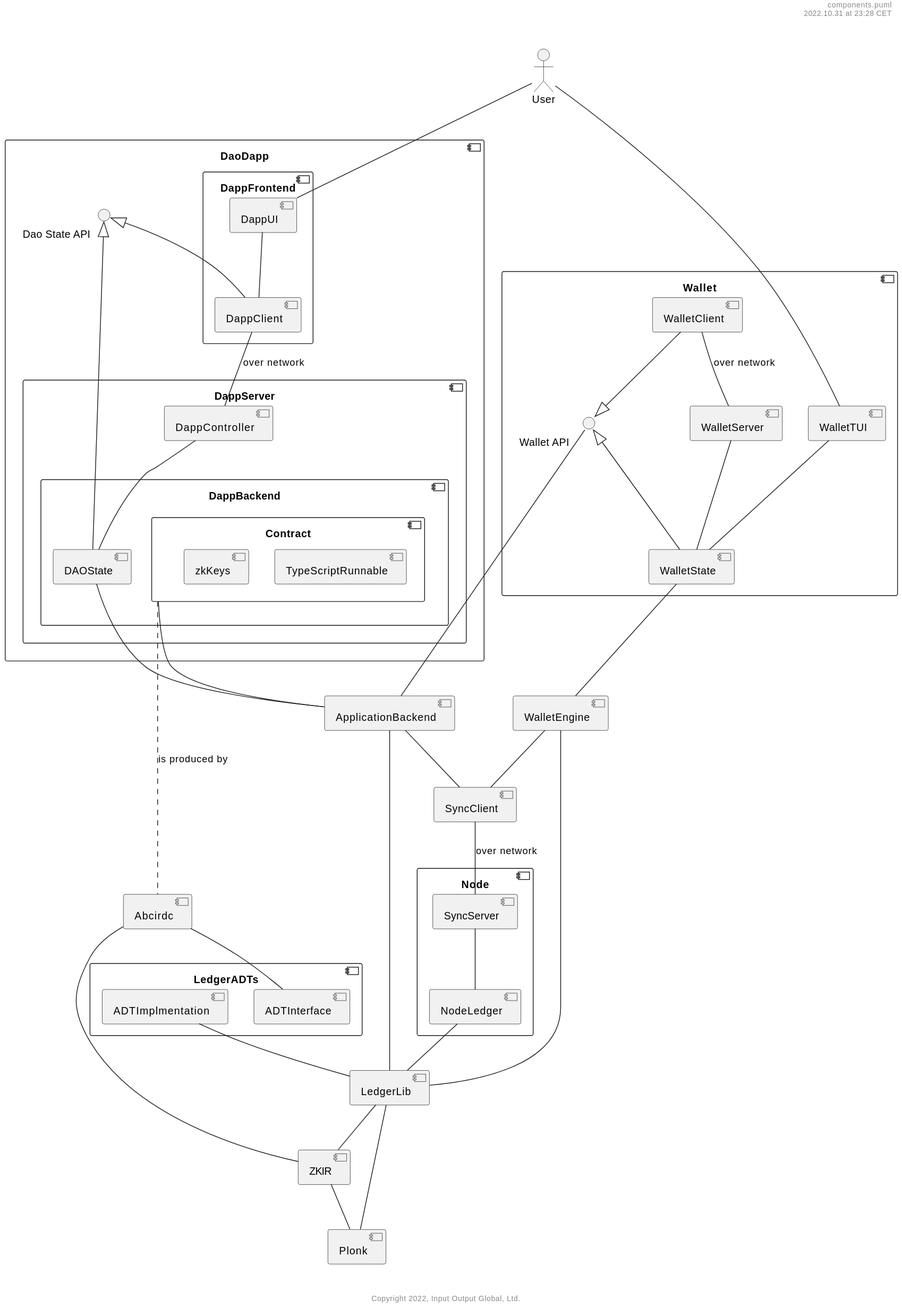
This is example-dapps/dao/components.svg from midnightntwrk/midnight-architecture, a PlantUML export, as it was before one commit. Its diagram source:
```plantuml
@startuml

header %filename()\n%date("yyyy.MM.dd' at 'HH:mm z")\n\n\n

footer \n\n\nCopyright %date("yyyy"), Input Output Global, Ltd.

actor User

component DaoDapp {
    interface DaoStateAPI as "Dao State API                                "

    component DappFrontend {
        component DappUI
        component DappClient
        DaoStateAPI <|-- DappClient
        DappUI -- DappClient
    }

    component DappServer {
        component DappController

        component DappBackend {
            component Contract {
                component TypeScriptRunnable
                component zkKeys
            }

            component DAOState
        }

        DappController -- DAOState
        DaoStateAPI <|-- DAOState
    }

    DappClient -- DappController : "over network"
}

component SyncClient

component Wallet {
    interface WalletAPI as "Wallet API                              "

    component WalletTUI

    component WalletServer

    component WalletState

    component WalletClient

    WalletTUI -- WalletState
    WalletServer -- WalletState
    WalletAPI <|-- WalletState
    WalletClient --|> WalletAPI
    WalletClient -- WalletServer : "over network"
}

component WalletEngine

component LedgerLib

component Node {
    component SyncServer

    component NodeLedger

    SyncServer -- NodeLedger
}

component ZKIR

component Plonk

component Abcirdc

component LedgerADTs {
    component ADTInterface
    component ADTImplmentation
}

component ApplicationBackend

User -- DappUI
DAOState -- ApplicationBackend
User -- WalletTUI
ApplicationBackend -- SyncClient
WalletEngine -- SyncClient
WalletEngine -- LedgerLib
NodeLedger -- LedgerLib
ApplicationBackend -- LedgerLib
Contract -- ApplicationBackend
WalletAPI -- ApplicationBackend
ZKIR -- Plonk
LedgerLib -- Plonk
Contract .. Abcirdc : "is produced by"
Abcirdc -- ZKIR
LedgerLib -- ZKIR
Abcirdc -- ADTInterface
ADTImplmentation -- LedgerLib
SyncClient -- SyncServer : "over network"
WalletState -- WalletEngine


@enduml
```
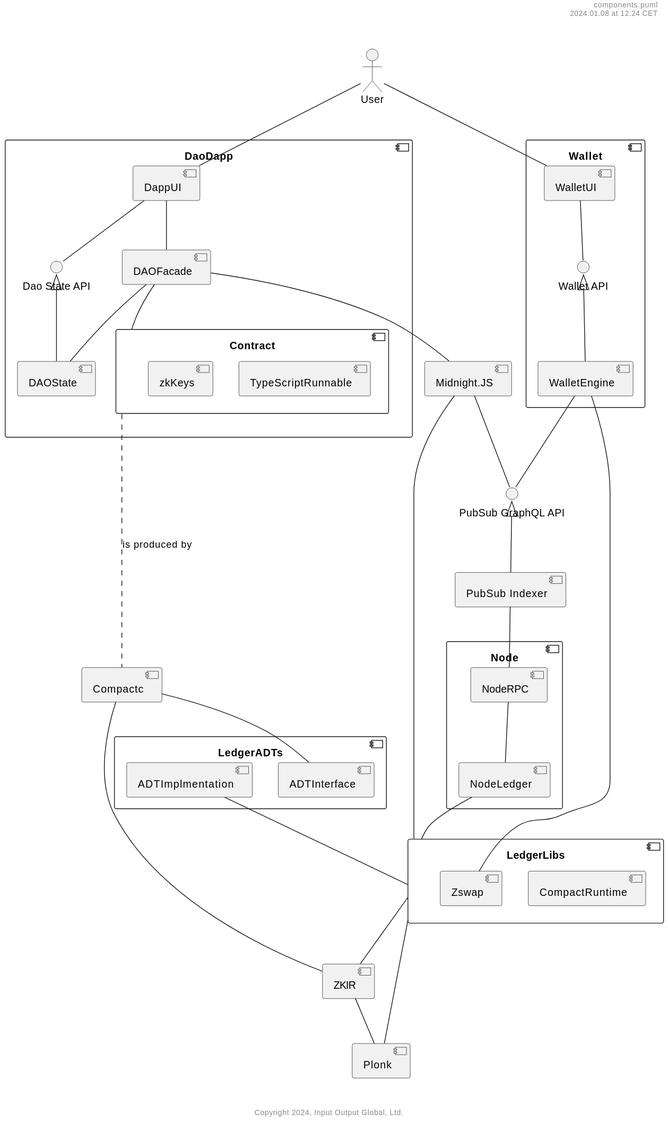
Above is the later version.

Change to the diagram source:
```diff
@@ -6,99 +6,87 @@
 
 actor User
 
+component mnjs as "Midnight.JS"
+
 component DaoDapp {
-    interface DaoStateAPI as "Dao State API                                "
+    interface DaoStateAPI as "Dao State API"
 
-    component DappFrontend {
-        component DappUI
-        component DappClient
-        DaoStateAPI <|-- DappClient
-        DappUI -- DappClient
+    component DappUI
+
+    component Contract {
+        component TypeScriptRunnable
+        component zkKeys
     }
 
-    component DappServer {
-        component DappController
+    component DAOFacade
 
-        component DappBackend {
-            component Contract {
-                component TypeScriptRunnable
-                component zkKeys
-            }
+    component DAOState
 
-            component DAOState
-        }
-
-        DappController -- DAOState
-        DaoStateAPI <|-- DAOState
-    }
-
-    DappClient -- DappController : "over network"
+    DAOFacade -- DAOState
+    DAOFacade -- Contract
+    DAOFacade -- mnjs
+    DappUI -- DAOFacade
+    DappUI -- DaoStateAPI
+    DaoStateAPI <|-- DAOState
 }
 
-component SyncClient
+component PubSub as "PubSub Indexer"
+interface PubSubGQLAPI as "PubSub GraphQL API"
 
 component Wallet {
-    interface WalletAPI as "Wallet API                              "
+    interface WalletAPI as "Wallet API"
 
-    component WalletTUI
+    component WalletUI
 
-    component WalletServer
+    component WalletEngine
 
-    component WalletState
-
-    component WalletClient
-
-    WalletTUI -- WalletState
-    WalletServer -- WalletState
-    WalletAPI <|-- WalletState
-    WalletClient --|> WalletAPI
-    WalletClient -- WalletServer : "over network"
+    WalletUI -- WalletAPI
+    WalletAPI <|-- WalletEngine
 }
 
-component WalletEngine
 
-component LedgerLib
+
+component LedgerLibs {
+  component CompactRuntime
+  component Zswap
+}
 
 component Node {
-    component SyncServer
+    component NodeRPC
 
     component NodeLedger
 
-    SyncServer -- NodeLedger
+    NodeRPC -- NodeLedger
 }
 
 component ZKIR
 
 component Plonk
 
-component Abcirdc
+component Compactc
 
 component LedgerADTs {
     component ADTInterface
     component ADTImplmentation
 }
 
-component ApplicationBackend
+PubSubGQLAPI <|-- PubSub
+PubSub -- NodeRPC
 
 User -- DappUI
-DAOState -- ApplicationBackend
-User -- WalletTUI
-ApplicationBackend -- SyncClient
-WalletEngine -- SyncClient
-WalletEngine -- LedgerLib
-NodeLedger -- LedgerLib
-ApplicationBackend -- LedgerLib
-Contract -- ApplicationBackend
-WalletAPI -- ApplicationBackend
+User -- WalletUI
+mnjs -- PubSubGQLAPI
+WalletEngine -- PubSubGQLAPI
+WalletEngine -- Zswap
+NodeLedger -- LedgerLibs
+mnjs -- LedgerLibs
 ZKIR -- Plonk
-LedgerLib -- Plonk
-Contract .. Abcirdc : "is produced by"
-Abcirdc -- ZKIR
-LedgerLib -- ZKIR
-Abcirdc -- ADTInterface
-ADTImplmentation -- LedgerLib
-SyncClient -- SyncServer : "over network"
-WalletState -- WalletEngine
+LedgerLibs -- Plonk
+Contract .. Compactc : "is produced by"
+Compactc -- ZKIR
+LedgerLibs -- ZKIR
+Compactc -- ADTInterface
+ADTImplmentation -- LedgerLibs
 
 
 @enduml
```
